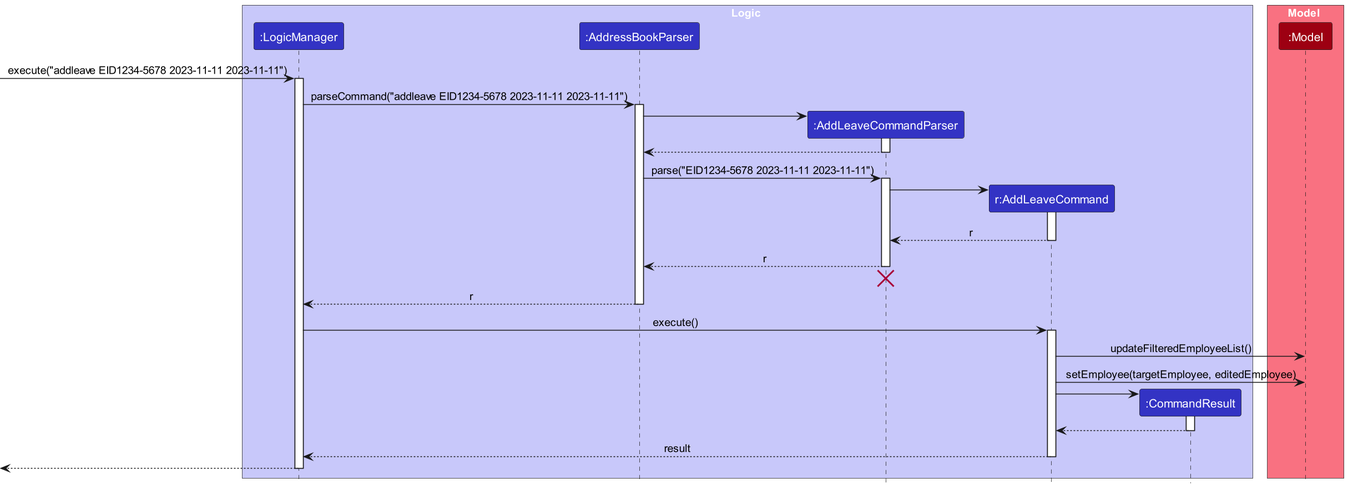
This is docs/images/uml-diagrams/AddLeaveSequenceDiagram.png from nus-cs2103-AY2324S1/tp, a PlantUML export, as it was before one commit. Its source is kept beside it as docs/diagrams/AddLeaveSequenceDiagram.puml.
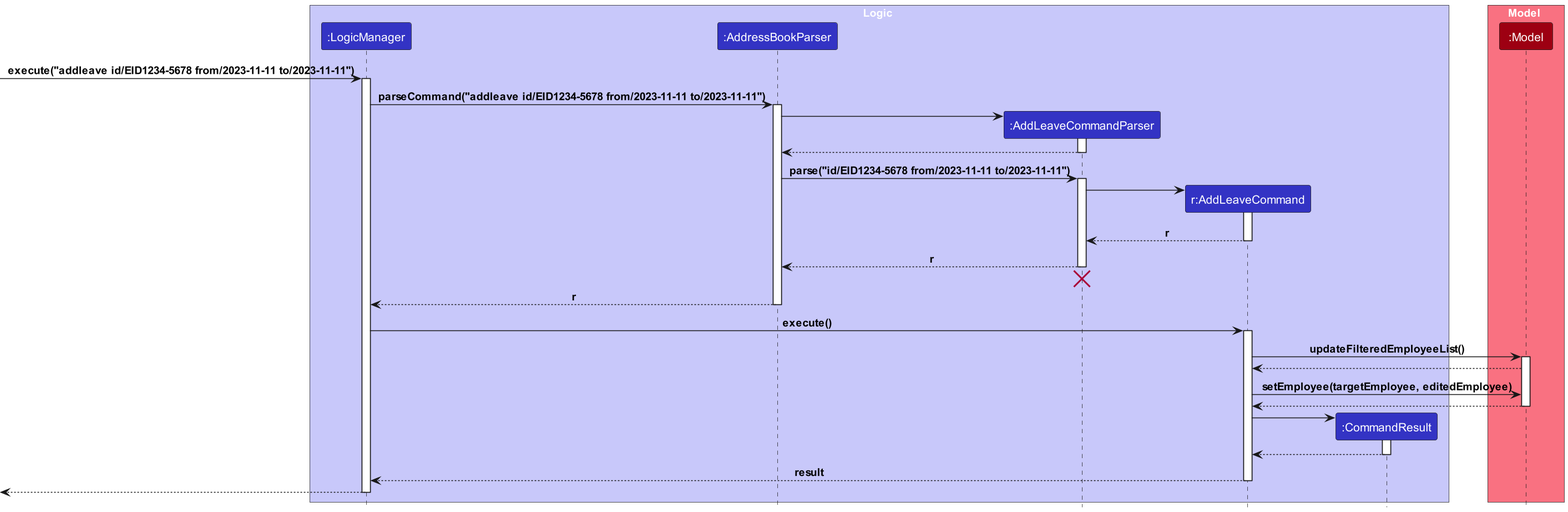
Later version of the same file.

Commit message:
Update UML diagrams for addleave and listleave

Change to the diagram source:
```diff
@@ -1,6 +1,5 @@
 @startuml
 !include style.puml
-skinparam ArrowFontStyle plain
 
 box Logic LOGIC_COLOR_T1
 participant ":LogicManager" as LogicManager LOGIC_COLOR
@@ -14,10 +13,10 @@
 participant ":Model" as Model MODEL_COLOR
 end box
 
-[-> LogicManager : execute("addleave EID1234-5678 2023-11-11 2023-11-11")
+[-> LogicManager : execute("addleave id/EID1234-5678 from/2023-11-11 to/2023-11-11")
 activate LogicManager
 
-LogicManager -> AddressBookParser : parseCommand("addleave EID1234-5678 2023-11-11 2023-11-11")
+LogicManager -> AddressBookParser : parseCommand("addleave id/EID1234-5678 from/2023-11-11 to/2023-11-11")
 activate AddressBookParser
 
 create AddLeaveCommandParser
@@ -27,7 +26,7 @@
 AddLeaveCommandParser --> AddressBookParser
 deactivate AddLeaveCommandParser
 
-AddressBookParser -> AddLeaveCommandParser : parse("EID1234-5678 2023-11-11 2023-11-11")
+AddressBookParser -> AddLeaveCommandParser : parse("id/EID1234-5678 from/2023-11-11 to/2023-11-11")
 activate AddLeaveCommandParser
 
 create AddLeaveCommand
@@ -49,8 +48,13 @@
 activate AddLeaveCommand
 
 AddLeaveCommand -> Model : updateFilteredEmployeeList()
+activate Model
+
+Model --> AddLeaveCommand
 
 AddLeaveCommand -> Model : setEmployee(targetEmployee, editedEmployee)
+Model --> AddLeaveCommand
+deactivate Model
 
 create CommandResult
 AddLeaveCommand -> CommandResult
```
